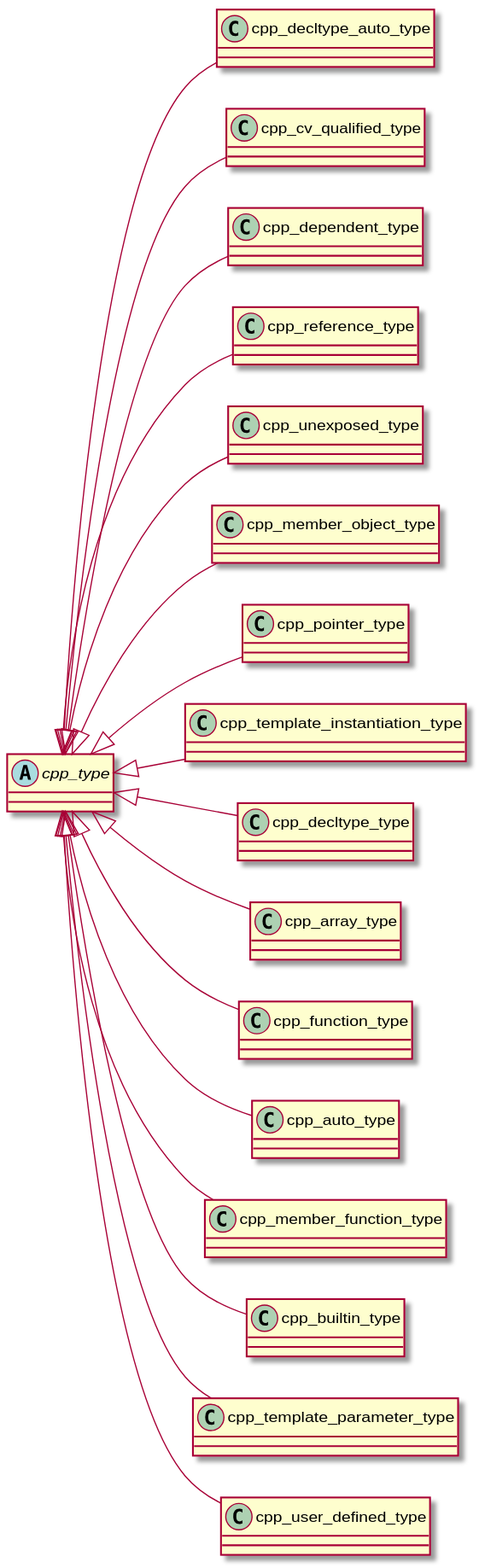
Earlier version of the PlantUML export cppast/puml/cpp_type_class_hierarchy_diagram.svg (bkryza/clang-uml-examples).
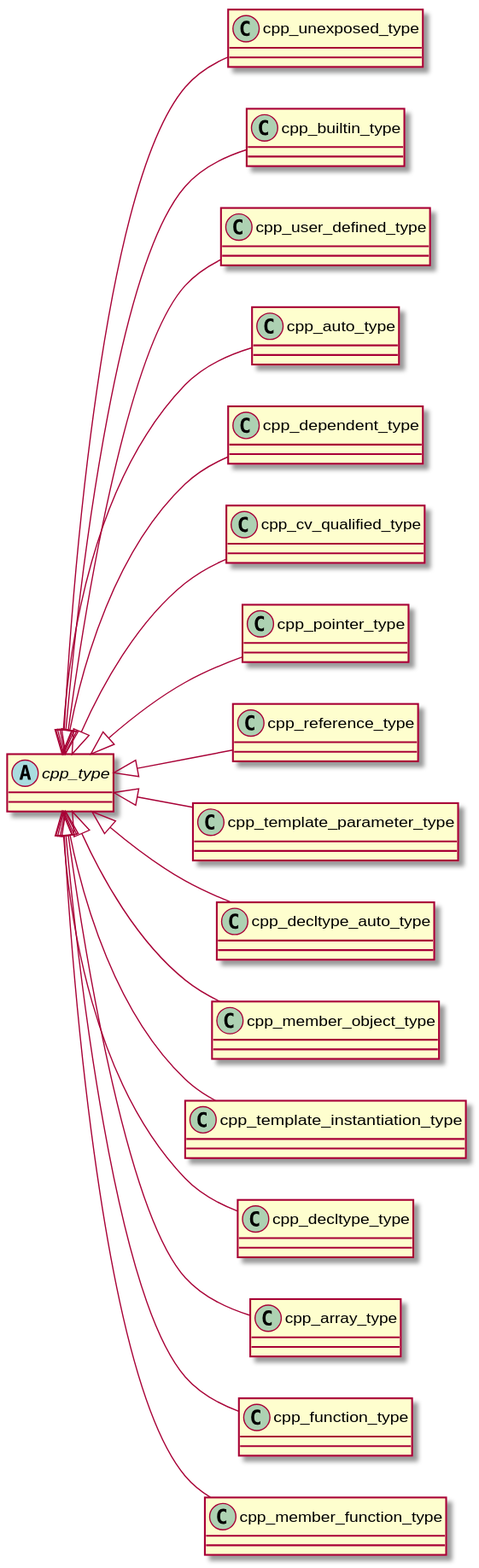
After the change.

The edit, as a diff of the source:
```diff
@@ -1,25 +1,40 @@
 @startuml
 left to right direction
+abstract "cpp_type" as C_0001585653041236922459
+abstract C_0001585653041236922459 [[https://github.com/foonathan/cppast/blob/f00df6675d87c6983033d270728c57a55cd3db22/include/cppast/cpp_type.hpp#L44{cpp_type}]] {
+}
+class "cpp_unexposed_type" as C_0000601730303705395408
+class C_0000601730303705395408 [[https://github.com/foonathan/cppast/blob/f00df6675d87c6983033d270728c57a55cd3db22/include/cppast/cpp_type.hpp#L95{cpp_unexposed_type}]] {
+}
+class "cpp_builtin_type" as C_0002035785082080260407
+class C_0002035785082080260407 [[https://github.com/foonathan/cppast/blob/f00df6675d87c6983033d270728c57a55cd3db22/include/cppast/cpp_type.hpp#L161{cpp_builtin_type}]] {
+}
+class "cpp_user_defined_type" as C_0002166954434825938188
+class C_0002166954434825938188 [[https://github.com/foonathan/cppast/blob/f00df6675d87c6983033d270728c57a55cd3db22/include/cppast/cpp_type.hpp#L202{cpp_user_defined_type}]] {
+}
+class "cpp_auto_type" as C_0001809003368459807767
+class C_0001809003368459807767 [[https://github.com/foonathan/cppast/blob/f00df6675d87c6983033d270728c57a55cd3db22/include/cppast/cpp_type.hpp#L230{cpp_auto_type}]] {
+}
+class "cpp_dependent_type" as C_0000507998479194737071
+class C_0000507998479194737071 [[https://github.com/foonathan/cppast/blob/f00df6675d87c6983033d270728c57a55cd3db22/include/cppast/cpp_type.hpp#L249{cpp_dependent_type}]] {
+}
+class "cpp_cv_qualified_type" as C_0000342846994454958214
+class C_0000342846994454958214 [[https://github.com/foonathan/cppast/blob/f00df6675d87c6983033d270728c57a55cd3db22/include/cppast/cpp_type.hpp#L311{cpp_cv_qualified_type}]] {
+}
+class "cpp_pointer_type" as C_0000861535705589766807
+class C_0000861535705589766807 [[https://github.com/foonathan/cppast/blob/f00df6675d87c6983033d270728c57a55cd3db22/include/cppast/cpp_type.hpp#L359{cpp_pointer_type}]] {
+}
+class "cpp_reference_type" as C_0000600573949475383075
+class C_0000600573949475383075 [[https://github.com/foonathan/cppast/blob/f00df6675d87c6983033d270728c57a55cd3db22/include/cppast/cpp_type.hpp#L394{cpp_reference_type}]] {
+}
+class "cpp_template_parameter_type" as C_0002158322113857881673
+class C_0002158322113857881673 [[https://github.com/foonathan/cppast/blob/f00df6675d87c6983033d270728c57a55cd3db22/include/cppast/cpp_template_parameter.hpp#L106{cpp_template_parameter_type}]] {
+}
 class "cpp_decltype_auto_type" as C_0000026248340214462662
 class C_0000026248340214462662 [[https://github.com/foonathan/cppast/blob/f00df6675d87c6983033d270728c57a55cd3db22/include/cppast/cppast_fwd.hpp#L27{cpp_decltype_auto_type}]] {
 }
-class "cpp_cv_qualified_type" as C_0000342846994454958214
-class C_0000342846994454958214 [[https://github.com/foonathan/cppast/blob/f00df6675d87c6983033d270728c57a55cd3db22/include/cppast/cppast_fwd.hpp#L26{cpp_cv_qualified_type}]] {
-}
-class "cpp_dependent_type" as C_0000507998479194737071
-class C_0000507998479194737071 [[https://github.com/foonathan/cppast/blob/f00df6675d87c6983033d270728c57a55cd3db22/include/cppast/cppast_fwd.hpp#L29{cpp_dependent_type}]] {
-}
-class "cpp_reference_type" as C_0000600573949475383075
-class C_0000600573949475383075 [[https://github.com/foonathan/cppast/blob/f00df6675d87c6983033d270728c57a55cd3db22/include/cppast/cppast_fwd.hpp#L58{cpp_reference_type}]] {
-}
-class "cpp_unexposed_type" as C_0000601730303705395408
-class C_0000601730303705395408 [[https://github.com/foonathan/cppast/blob/f00df6675d87c6983033d270728c57a55cd3db22/include/cppast/cppast_fwd.hpp#L74{cpp_unexposed_type}]] {
-}
 class "cpp_member_object_type" as C_0000603633382993980808
 class C_0000603633382993980808 [[https://github.com/foonathan/cppast/blob/f00df6675d87c6983033d270728c57a55cd3db22/include/cppast/cppast_fwd.hpp#L53{cpp_member_object_type}]] {
-}
-class "cpp_pointer_type" as C_0000861535705589766807
-class C_0000861535705589766807 [[https://github.com/foonathan/cppast/blob/f00df6675d87c6983033d270728c57a55cd3db22/include/cppast/cppast_fwd.hpp#L57{cpp_pointer_type}]] {
 }
 class "cpp_template_instantiation_type" as C_0001009421424714355715
 class C_0001009421424714355715 [[https://github.com/foonathan/cppast/blob/f00df6675d87c6983033d270728c57a55cd3db22/include/cppast/cppast_fwd.hpp#L63{cpp_template_instantiation_type}]] {
@@ -33,39 +48,24 @@
 class "cpp_function_type" as C_0001455852309215570565
 class C_0001455852309215570565 [[https://github.com/foonathan/cppast/blob/f00df6675d87c6983033d270728c57a55cd3db22/include/cppast/cppast_fwd.hpp#L44{cpp_function_type}]] {
 }
-abstract "cpp_type" as C_0001585653041236922459
-abstract C_0001585653041236922459 [[https://github.com/foonathan/cppast/blob/f00df6675d87c6983033d270728c57a55cd3db22/include/cppast/cppast_fwd.hpp#L70{cpp_type}]] {
-}
-class "cpp_auto_type" as C_0001809003368459807767
-class C_0001809003368459807767 [[https://github.com/foonathan/cppast/blob/f00df6675d87c6983033d270728c57a55cd3db22/include/cppast/cppast_fwd.hpp#L16{cpp_auto_type}]] {
-}
 class "cpp_member_function_type" as C_0001956941679276907326
 class C_0001956941679276907326 [[https://github.com/foonathan/cppast/blob/f00df6675d87c6983033d270728c57a55cd3db22/include/cppast/cppast_fwd.hpp#L52{cpp_member_function_type}]] {
 }
-class "cpp_builtin_type" as C_0002035785082080260407
-class C_0002035785082080260407 [[https://github.com/foonathan/cppast/blob/f00df6675d87c6983033d270728c57a55cd3db22/include/cppast/cppast_fwd.hpp#L19{cpp_builtin_type}]] {
-}
-class "cpp_template_parameter_type" as C_0002158322113857881673
-class C_0002158322113857881673 [[https://github.com/foonathan/cppast/blob/f00df6675d87c6983033d270728c57a55cd3db22/include/cppast/cppast_fwd.hpp#L65{cpp_template_parameter_type}]] {
-}
-class "cpp_user_defined_type" as C_0002166954434825938188
-class C_0002166954434825938188 [[https://github.com/foonathan/cppast/blob/f00df6675d87c6983033d270728c57a55cd3db22/include/cppast/cppast_fwd.hpp#L75{cpp_user_defined_type}]] {
-}
+C_0001585653041236922459 <|-- C_0000601730303705395408
+C_0001585653041236922459 <|-- C_0002035785082080260407
+C_0001585653041236922459 <|-- C_0002166954434825938188
+C_0001585653041236922459 <|-- C_0001809003368459807767
+C_0001585653041236922459 <|-- C_0000507998479194737071
+C_0001585653041236922459 <|-- C_0000342846994454958214
+C_0001585653041236922459 <|-- C_0000861535705589766807
+C_0001585653041236922459 <|-- C_0000600573949475383075
+C_0001585653041236922459 <|-- C_0002158322113857881673
 C_0001585653041236922459 <|-- C_0000026248340214462662
-C_0001585653041236922459 <|-- C_0000342846994454958214
-C_0001585653041236922459 <|-- C_0000507998479194737071
-C_0001585653041236922459 <|-- C_0000600573949475383075
-C_0001585653041236922459 <|-- C_0000601730303705395408
 C_0001585653041236922459 <|-- C_0000603633382993980808
-C_0001585653041236922459 <|-- C_0000861535705589766807
 C_0001585653041236922459 <|-- C_0001009421424714355715
 C_0001585653041236922459 <|-- C_0001184982835175222056
 C_0001585653041236922459 <|-- C_0001347498727659770075
 C_0001585653041236922459 <|-- C_0001455852309215570565
-C_0001585653041236922459 <|-- C_0001809003368459807767
 C_0001585653041236922459 <|-- C_0001956941679276907326
-C_0001585653041236922459 <|-- C_0002035785082080260407
-C_0001585653041236922459 <|-- C_0002158322113857881673
-C_0001585653041236922459 <|-- C_0002166954434825938188
 
 @enduml
```
